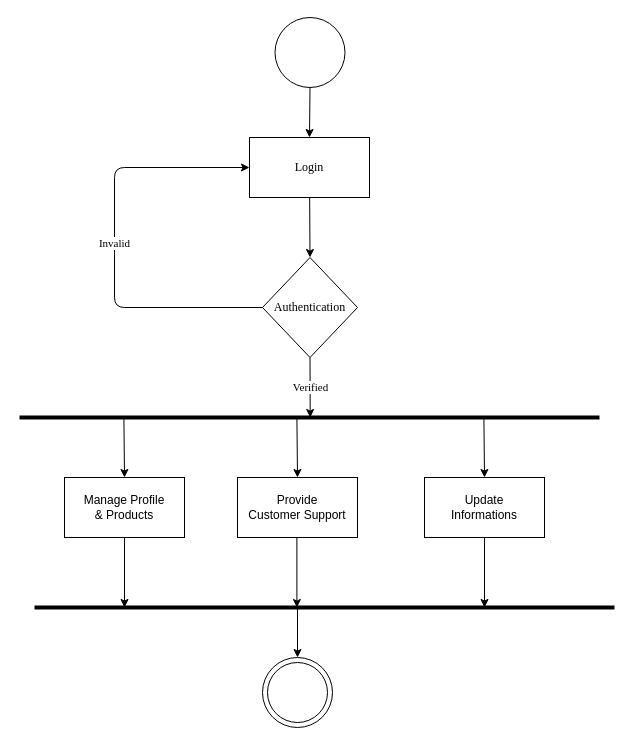
Above: Diagrams/Activity_Staff.drawio in Rayal-Khatri/HlwPet (draw.io), before the change. Source tidied: cells renumbered, new cells numbered last; positions are measured from the earlier drawing's top-left corner, leaving out a move shared by most shapes. Both pictures are drawn from the tidied source at 100%, with x=0, y=0 at pixel (19, 17).
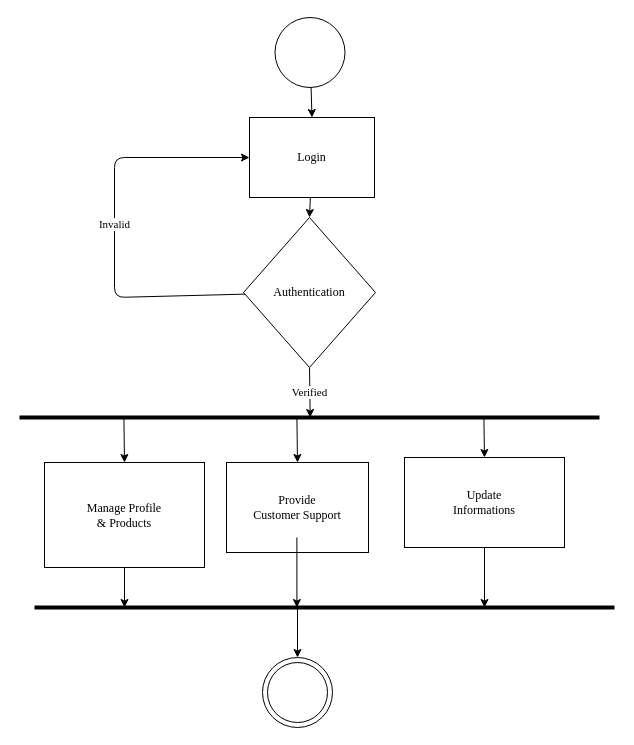
After the change.

Change to the diagram source:
```diff
@@
     <mxCell id="5" value="Login" style="rounded=0;whiteSpace=wrap;html=1;labelBackgroundColor=none;fillStyle=solid;fillColor=none;fontFamily=Times New Roman;" parent="1" vertex="1">
-      <mxGeometry x="230" y="120" width="120" height="60" as="geometry" />
+      <mxGeometry x="230" y="100" width="125" height="80" as="geometry" />
     </mxCell>
     <mxCell id="6" value="Invalid" style="edgeStyle=none;html=1;entryX=0;entryY=0.5;entryDx=0;entryDy=0;fontFamily=Times New Roman;" parent="1" edge="1" source="8" target="5">
       <mxGeometry relative="1" as="geometry">
         <Array as="points">
-          <mxPoint x="95" y="290" />
-          <mxPoint x="95" y="150" />
+          <mxPoint x="95" y="280" />
+          <mxPoint x="95" y="140" />
         </Array>
       </mxGeometry>
     </mxCell>
@@
     <mxCell id="8" value="Authentication" style="rhombus;whiteSpace=wrap;html=1;labelBackgroundColor=none;fillStyle=solid;fillColor=none;fontFamily=Times New Roman;" parent="1" vertex="1">
-      <mxGeometry x="243" y="240" width="95" height="100" as="geometry" />
+      <mxGeometry x="224" y="200" width="132" height="150" as="geometry" />
     </mxCell>
@@
-    <mxCell id="10" style="edgeStyle=none;html=1;" parent="1" edge="1" source="11">
+    <mxCell id="10" style="edgeStyle=none;html=1;fontFamily=Times New Roman;" parent="1" edge="1" source="11">
       <mxGeometry relative="1" as="geometry">
         <mxPoint x="105" y="590" as="targetPoint" />
       </mxGeometry>
     </mxCell>
-    <mxCell id="11" value="Manage Profile &lt;br&gt;&amp;amp; Products" style="rounded=0;whiteSpace=wrap;html=1;" parent="1" vertex="1">
-      <mxGeometry x="45" y="460" width="120" height="60" as="geometry" />
+    <mxCell id="11" value="Manage Profile &lt;br&gt;&amp;amp; Products" style="rounded=0;whiteSpace=wrap;html=1;fontFamily=Times New Roman;" parent="1" vertex="1">
+      <mxGeometry x="25" y="445" width="160" height="105" as="geometry" />
     </mxCell>
-    <mxCell id="12" value="Provide&lt;br&gt;Customer Support" style="rounded=0;whiteSpace=wrap;html=1;" parent="1" vertex="1">
-      <mxGeometry x="218" y="460" width="120" height="60" as="geometry" />
+    <mxCell id="12" value="Provide&lt;br&gt;Customer Support" style="rounded=0;whiteSpace=wrap;html=1;fontFamily=Times New Roman;" parent="1" vertex="1">
+      <mxGeometry x="207" y="445" width="142" height="90" as="geometry" />
     </mxCell>
-    <mxCell id="13" style="edgeStyle=none;html=1;" parent="1" edge="1" source="14">
+    <mxCell id="13" style="edgeStyle=none;html=1;fontFamily=Times New Roman;" parent="1" edge="1" source="14">
       <mxGeometry relative="1" as="geometry">
         <mxPoint x="465" y="590" as="targetPoint" />
       </mxGeometry>
     </mxCell>
-    <mxCell id="14" value="Update &lt;br&gt;Informations" style="rounded=0;whiteSpace=wrap;html=1;" parent="1" vertex="1">
-      <mxGeometry x="405" y="460" width="120" height="60" as="geometry" />
+    <mxCell id="14" value="Update &lt;br&gt;Informations" style="rounded=0;whiteSpace=wrap;html=1;fontFamily=Times New Roman;" parent="1" vertex="1">
+      <mxGeometry x="385" y="440" width="160" height="90" as="geometry" />
     </mxCell>
@@
-    <mxCell id="16" style="edgeStyle=none;html=1;" parent="1" edge="1">
+    <mxCell id="16" style="edgeStyle=none;html=1;fontFamily=Times New Roman;" parent="1" edge="1">
       <mxGeometry relative="1" as="geometry">
         <mxPoint x="277.4" y="520" as="sourcePoint" />
         <mxPoint x="277.4" y="590" as="targetPoint" />
       </mxGeometry>
     </mxCell>
-    <mxCell id="17" style="edgeStyle=none;html=1;entryX=0.5;entryY=0;entryDx=0;entryDy=0;" parent="1" edge="1" target="14">
+    <mxCell id="17" style="edgeStyle=none;html=1;entryX=0.5;entryY=0;entryDx=0;entryDy=0;fontFamily=Times New Roman;" parent="1" edge="1" target="14">
       <mxGeometry relative="1" as="geometry">
         <mxPoint x="464.4" y="400" as="sourcePoint" />
       </mxGeometry>
     </mxCell>
-    <mxCell id="18" style="edgeStyle=none;html=1;entryX=0.5;entryY=0;entryDx=0;entryDy=0;" parent="1" edge="1" target="12">
+    <mxCell id="18" style="edgeStyle=none;html=1;entryX=0.5;entryY=0;entryDx=0;entryDy=0;fontFamily=Times New Roman;" parent="1" edge="1" target="12">
       <mxGeometry relative="1" as="geometry">
         <mxPoint x="277.4" y="400" as="sourcePoint" />
       </mxGeometry>
     </mxCell>
-    <mxCell id="19" style="edgeStyle=none;html=1;entryX=0.5;entryY=0;entryDx=0;entryDy=0;" parent="1" edge="1" target="11">
+    <mxCell id="19" style="edgeStyle=none;html=1;entryX=0.5;entryY=0;entryDx=0;entryDy=0;fontFamily=Times New Roman;" parent="1" edge="1" target="11">
       <mxGeometry relative="1" as="geometry">
         <mxPoint x="104.4" y="400" as="sourcePoint" />
       </mxGeometry>
     </mxCell>
@@
-    <mxCell id="22" style="ellipse;whiteSpace=wrap;html=1;" parent="1" vertex="1">
+    <mxCell id="22" style="ellipse;whiteSpace=wrap;html=1;fontFamily=Times New Roman;" parent="1" vertex="1">
       <mxGeometry x="248" y="645" width="60" height="60" as="geometry" />
     </mxCell>
```
